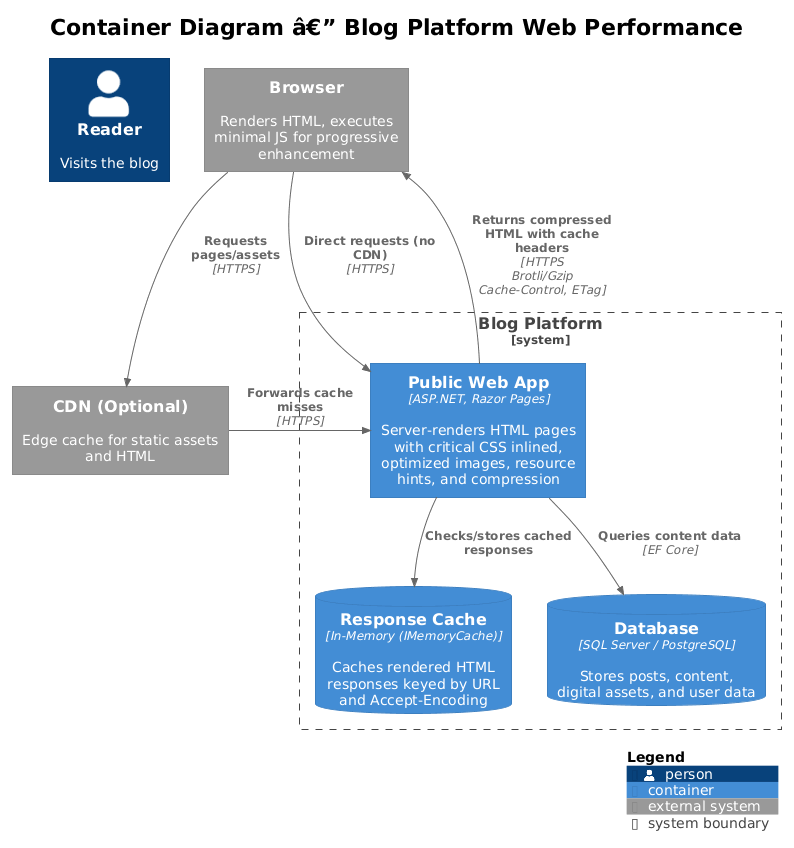
Before: docs/detailed-designs/07-web-performance/diagrams/c4_container.png, a diagram exported from PlantUML (QuinntyneBrown/Blog).
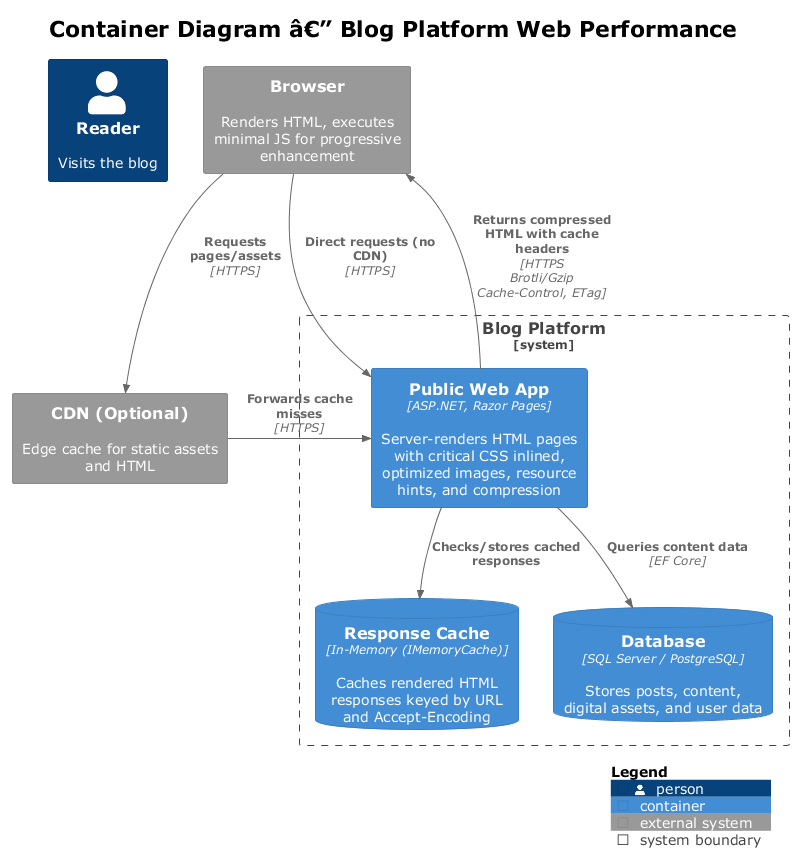
Later version of the same file.

The edit, as a diff of the source:
```diff
@@ -1,4 +1,4 @@
-@startuml
+@startuml c4_container
 !theme plain
 !include <C4/C4_Container>
 
```
